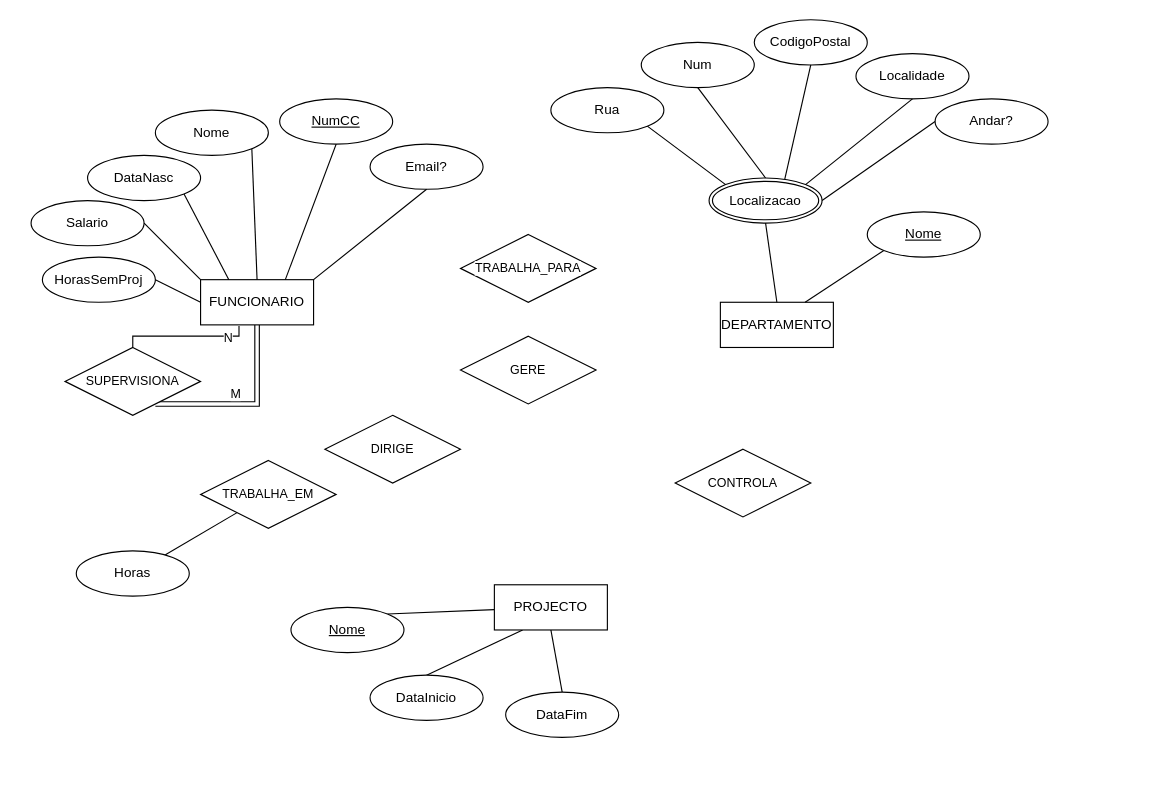
The draw.io diagram BDempresa.drawio in Afas09/Analise-de-Sistemas, before the edit. Source tidied: cells renumbered, new cells numbered last; positions are measured from the earlier drawing's top-left corner, leaving out a move shared by most shapes. Both pictures are drawn from the tidied source at 113%, with x=0, y=0 at pixel (31, 19).
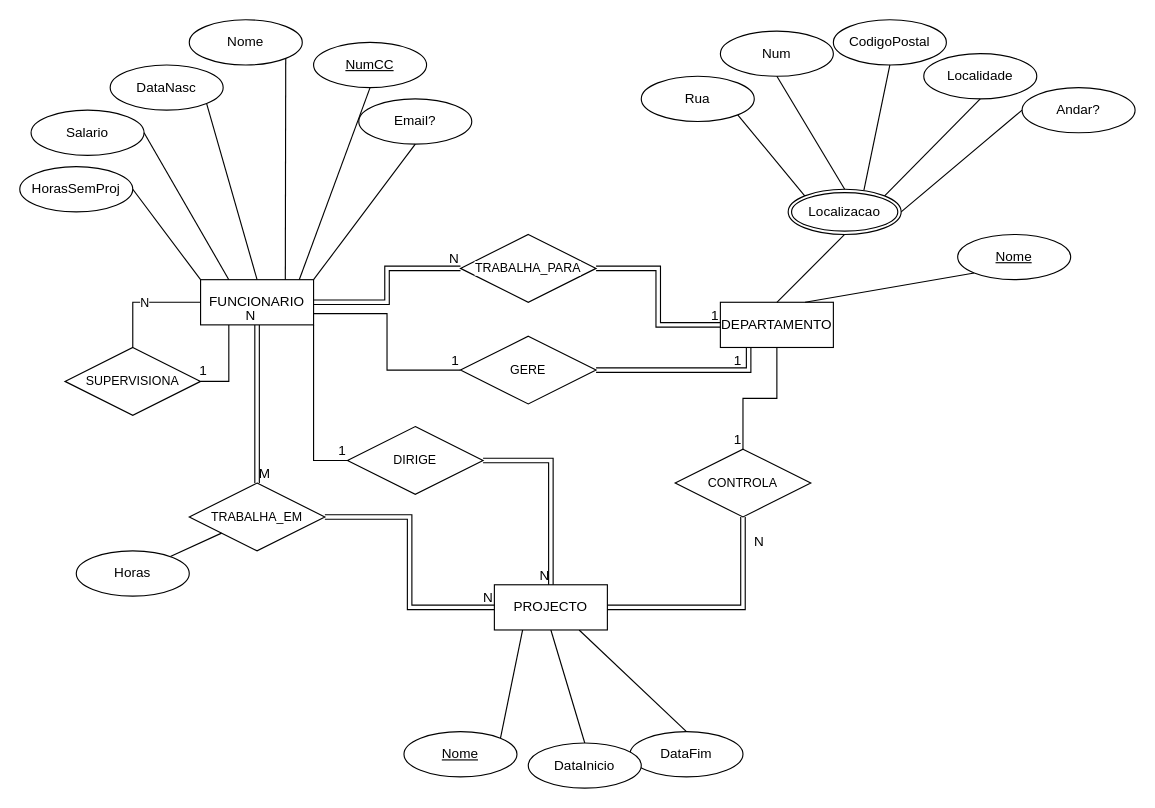
The same diagram, later.

Unchanged cells that the change refers to:
```xml
<mxCell id="5" value="PROJECTO" style="whiteSpace=wrap;html=1;align=center;" parent="1" vertex="1">
  <mxGeometry x="410" y="500" width="100" height="40" as="geometry" />
</mxCell>
<mxCell id="6" value="DEPARTAMENTO" style="whiteSpace=wrap;html=1;align=center;" parent="1" vertex="1">
  <mxGeometry x="610" y="250" width="100" height="40" as="geometry" />
</mxCell>
<mxCell id="7" value="FUNCIONARIO" style="whiteSpace=wrap;html=1;align=center;" parent="1" vertex="1">
  <mxGeometry x="150" y="230" width="100" height="40" as="geometry" />
</mxCell>
<mxCell id="39" value="SUPERVISIONA" style="shape=rhombus;perimeter=rhombusPerimeter;whiteSpace=wrap;html=1;align=center;fontFamily=Helvetica;fontSize=11;fontColor=default;labelBackgroundColor=default;" parent="1" vertex="1">
  <mxGeometry x="30" y="290" width="120" height="60" as="geometry" />
</mxCell>
<mxCell id="40" value="TRABALHA_PARA" style="shape=rhombus;perimeter=rhombusPerimeter;whiteSpace=wrap;html=1;align=center;fontFamily=Helvetica;fontSize=11;fontColor=default;labelBackgroundColor=default;" parent="1" vertex="1">
  <mxGeometry x="380" y="190" width="120" height="60" as="geometry" />
</mxCell>
<mxCell id="41" value="GERE" style="shape=rhombus;perimeter=rhombusPerimeter;whiteSpace=wrap;html=1;align=center;fontFamily=Helvetica;fontSize=11;fontColor=default;labelBackgroundColor=default;" parent="1" vertex="1">
  <mxGeometry x="380" y="280" width="120" height="60" as="geometry" />
</mxCell>
<mxCell id="42" value="CONTROLA" style="shape=rhombus;perimeter=rhombusPerimeter;whiteSpace=wrap;html=1;align=center;fontFamily=Helvetica;fontSize=11;fontColor=default;labelBackgroundColor=default;" parent="1" vertex="1">
  <mxGeometry x="570" y="380" width="120" height="60" as="geometry" />
</mxCell>
```

The edit, as a diff of the source:
```diff
@@
-    <mxCell id="2" style="rounded=0;jettySize=auto;html=1;exitX=0.25;exitY=1;exitDx=0;exitDy=0;entryX=0.5;entryY=0;entryDx=0;entryDy=0;endArrow=none;endFill=0;" parent="1" edge="1" source="5" target="34">
+    <mxCell id="2" style="rounded=0;jettySize=auto;html=1;exitX=0.5;exitY=1;exitDx=0;exitDy=0;entryX=0.5;entryY=0;entryDx=0;entryDy=0;endArrow=none;endFill=0;" parent="1" edge="1" source="5" target="34">
       <mxGeometry relative="1" as="geometry" />
     </mxCell>
-    <mxCell id="3" style="edgeStyle=none;shape=connector;rounded=0;jettySize=auto;html=1;entryX=0.5;entryY=0;entryDx=0;entryDy=0;strokeColor=default;align=center;verticalAlign=middle;fontFamily=Helvetica;fontSize=11;fontColor=default;labelBackgroundColor=default;endArrow=none;endFill=0;exitX=0.5;exitY=1;exitDx=0;exitDy=0;" parent="1" edge="1" source="5" target="33">
+    <mxCell id="3" style="edgeStyle=none;shape=connector;rounded=0;jettySize=auto;html=1;entryX=0.5;entryY=0;entryDx=0;entryDy=0;strokeColor=default;align=center;verticalAlign=middle;fontFamily=Helvetica;fontSize=11;fontColor=default;labelBackgroundColor=default;endArrow=none;endFill=0;exitX=0.75;exitY=1;exitDx=0;exitDy=0;" parent="1" edge="1" source="5" target="33">
       <mxGeometry relative="1" as="geometry" />
     </mxCell>
-    <mxCell id="4" style="edgeStyle=none;shape=connector;rounded=0;jettySize=auto;html=1;entryX=1;entryY=0;entryDx=0;entryDy=0;strokeColor=default;align=center;verticalAlign=middle;fontFamily=Helvetica;fontSize=11;fontColor=default;labelBackgroundColor=default;endArrow=none;endFill=0;" parent="1" edge="1" source="5" target="36">
+    <mxCell id="4" style="edgeStyle=none;shape=connector;rounded=0;jettySize=auto;html=1;entryX=1;entryY=0;entryDx=0;entryDy=0;strokeColor=default;align=center;verticalAlign=middle;fontFamily=Helvetica;fontSize=11;fontColor=default;labelBackgroundColor=default;endArrow=none;endFill=0;exitX=0.25;exitY=1;exitDx=0;exitDy=0;" parent="1" edge="1" source="5" target="36">
       <mxGeometry relative="1" as="geometry" />
     </mxCell>
@@
+    <mxCell id="49" style="rounded=0;jettySize=auto;html=1;entryX=0.5;entryY=1;entryDx=0;entryDy=0;endArrow=none;endFill=0;exitX=0.87;exitY=0.025;exitDx=0;exitDy=0;exitPerimeter=0;" parent="1" edge="1" source="7" target="13">
+      <mxGeometry relative="1" as="geometry" />
+    </mxCell>
@@
     <mxCell id="8" value="Email?" style="ellipse;whiteSpace=wrap;html=1;align=center;" parent="1" vertex="1">
-      <mxGeometry x="300" y="110" width="100" height="40" as="geometry" />
+      <mxGeometry x="290" y="70" width="100" height="40" as="geometry" />
     </mxCell>
     <mxCell id="9" value="DataNasc" style="ellipse;whiteSpace=wrap;html=1;align=center;" parent="1" vertex="1">
-      <mxGeometry x="50" y="120" width="100" height="40" as="geometry" />
+      <mxGeometry x="70" y="40" width="100" height="40" as="geometry" />
     </mxCell>
     <mxCell id="10" value="Salario" style="ellipse;whiteSpace=wrap;html=1;align=center;" parent="1" vertex="1">
-      <mxGeometry y="160" width="100" height="40" as="geometry" />
+      <mxGeometry y="80" width="100" height="40" as="geometry" />
     </mxCell>
     <mxCell id="11" value="HorasSemProj" style="ellipse;whiteSpace=wrap;html=1;align=center;" parent="1" vertex="1">
-      <mxGeometry x="10" y="210" width="100" height="40" as="geometry" />
+      <mxGeometry x="-10" y="130" width="100" height="40" as="geometry" />
     </mxCell>
     <mxCell id="12" value="Localizacao" style="ellipse;shape=doubleEllipse;margin=3;whiteSpace=wrap;html=1;align=center;" parent="1" vertex="1">
-      <mxGeometry x="600" y="140" width="100" height="40" as="geometry" />
+      <mxGeometry x="670" y="150" width="100" height="40" as="geometry" />
     </mxCell>
     <mxCell id="13" value="NumCC" style="ellipse;whiteSpace=wrap;html=1;align=center;fontStyle=4;" parent="1" vertex="1">
-      <mxGeometry x="220" y="70" width="100" height="40" as="geometry" />
+      <mxGeometry x="250" y="20" width="100" height="40" as="geometry" />
     </mxCell>
     <mxCell id="14" value="Rua" style="ellipse;whiteSpace=wrap;html=1;align=center;" parent="1" vertex="1">
-      <mxGeometry x="460" y="60" width="100" height="40" as="geometry" />
+      <mxGeometry x="540" y="50" width="100" height="40" as="geometry" />
     </mxCell>
     <mxCell id="15" value="Num" style="ellipse;whiteSpace=wrap;html=1;align=center;" parent="1" vertex="1">
-      <mxGeometry x="540" y="20" width="100" height="40" as="geometry" />
+      <mxGeometry x="610" y="10" width="100" height="40" as="geometry" />
     </mxCell>
     <mxCell id="16" value="CodigoPostal" style="ellipse;whiteSpace=wrap;html=1;align=center;" parent="1" vertex="1">
-      <mxGeometry x="640" width="100" height="40" as="geometry" />
+      <mxGeometry x="710" width="100" height="40" as="geometry" />
     </mxCell>
     <mxCell id="17" value="Localidade" style="ellipse;whiteSpace=wrap;html=1;align=center;" parent="1" vertex="1">
-      <mxGeometry x="730" y="30" width="100" height="40" as="geometry" />
+      <mxGeometry x="790" y="30" width="100" height="40" as="geometry" />
     </mxCell>
     <mxCell id="18" value="Andar?" style="ellipse;whiteSpace=wrap;html=1;align=center;" parent="1" vertex="1">
-      <mxGeometry x="800" y="70" width="100" height="40" as="geometry" />
+      <mxGeometry x="877" y="60" width="100" height="40" as="geometry" />
     </mxCell>
@@
-    <mxCell id="20" style="endArrow=none;html=1;rounded=0;exitX=0.5;exitY=1;exitDx=0;exitDy=0;entryX=0.75;entryY=0;entryDx=0;entryDy=0;" parent="1" edge="1" source="13" target="7">
-      <mxGeometry relative="1" as="geometry" />
-    </mxCell>
-    <mxCell id="21" style="endArrow=none;html=1;rounded=0;exitX=1;exitY=1;exitDx=0;exitDy=0;entryX=0.25;entryY=0;entryDx=0;entryDy=0;" parent="1" edge="1" source="9" target="7">
+    <mxCell id="21" style="endArrow=none;html=1;rounded=0;exitX=1;exitY=1;exitDx=0;exitDy=0;entryX=0.5;entryY=0;entryDx=0;entryDy=0;" parent="1" edge="1" source="9" target="7">
       <mxGeometry relative="1" as="geometry" />
     </mxCell>
-    <mxCell id="22" style="endArrow=none;html=1;rounded=0;exitX=1;exitY=0.5;exitDx=0;exitDy=0;entryX=0;entryY=0;entryDx=0;entryDy=0;" parent="1" edge="1" source="10" target="7">
+    <mxCell id="22" style="endArrow=none;html=1;rounded=0;exitX=1;exitY=0.5;exitDx=0;exitDy=0;entryX=0.25;entryY=0;entryDx=0;entryDy=0;" parent="1" edge="1" source="10" target="7">
       <mxGeometry relative="1" as="geometry" />
     </mxCell>
     <mxCell id="23" value="Nome" style="ellipse;whiteSpace=wrap;html=1;align=center;" parent="1" vertex="1">
-      <mxGeometry x="110" y="80" width="100" height="40" as="geometry" />
+      <mxGeometry x="140" width="100" height="40" as="geometry" />
     </mxCell>
-    <mxCell id="24" style="endArrow=none;html=1;rounded=0;exitX=1;exitY=1;exitDx=0;exitDy=0;entryX=0.5;entryY=0;entryDx=0;entryDy=0;" parent="1" edge="1" source="23" target="7">
+    <mxCell id="24" style="endArrow=none;html=1;rounded=0;exitX=1;exitY=1;exitDx=0;exitDy=0;entryX=0.75;entryY=0;entryDx=0;entryDy=0;" parent="1" edge="1" source="23" target="7">
       <mxGeometry relative="1" as="geometry" />
     </mxCell>
-    <mxCell id="25" style="endArrow=none;html=1;rounded=0;exitX=1;exitY=0.5;exitDx=0;exitDy=0;entryX=0;entryY=0.5;entryDx=0;entryDy=0;" parent="1" edge="1" source="11" target="7">
+    <mxCell id="25" style="endArrow=none;html=1;rounded=0;exitX=1;exitY=0.5;exitDx=0;exitDy=0;entryX=0;entryY=0;entryDx=0;entryDy=0;" parent="1" edge="1" source="11" target="7">
       <mxGeometry relative="1" as="geometry" />
     </mxCell>
@@
     <mxCell id="33" value="DataFim" style="ellipse;whiteSpace=wrap;html=1;align=center;" parent="1" vertex="1">
-      <mxGeometry x="420" y="595" width="100" height="40" as="geometry" />
+      <mxGeometry x="530" y="630" width="100" height="40" as="geometry" />
     </mxCell>
     <mxCell id="34" value="DataInicio" style="ellipse;whiteSpace=wrap;html=1;align=center;" parent="1" vertex="1">
-      <mxGeometry x="300" y="580" width="100" height="40" as="geometry" />
+      <mxGeometry x="440" y="640" width="100" height="40" as="geometry" />
     </mxCell>
     <mxCell id="35" value="Nome" style="ellipse;whiteSpace=wrap;html=1;align=center;fontStyle=4;" parent="1" vertex="1">
-      <mxGeometry x="740" y="170" width="100" height="40" as="geometry" />
+      <mxGeometry x="820" y="190" width="100" height="40" as="geometry" />
     </mxCell>
     <mxCell id="36" value="Nome" style="ellipse;whiteSpace=wrap;html=1;align=center;fontStyle=4;" parent="1" vertex="1">
-      <mxGeometry x="230" y="520" width="100" height="40" as="geometry" />
+      <mxGeometry x="330" y="630" width="100" height="40" as="geometry" />
     </mxCell>
-    <mxCell id="37" style="edgeStyle=orthogonalEdgeStyle;shape=link;rounded=0;jettySize=auto;html=1;entryX=0.5;entryY=1;entryDx=0;entryDy=0;strokeColor=default;align=center;verticalAlign=middle;fontFamily=Helvetica;fontSize=11;fontColor=default;labelBackgroundColor=default;endArrow=none;endFill=0;" parent="1" edge="1" source="39" target="7">
-      <mxGeometry relative="1" as="geometry">
-        <Array as="points">
-          <mxPoint x="200" y="340" />
-        </Array>
-      </mxGeometry>
-    </mxCell>
-    <mxCell id="38" value="M" style="edgeLabel;html=1;align=center;verticalAlign=middle;fontFamily=Helvetica;fontSize=11;fontColor=default;labelBackgroundColor=default;" parent="37" vertex="1">
-      <mxGeometry x="0.31" y="6" relative="1" as="geometry">
-        <mxPoint x="-14" y="5" as="offset" />
-      </mxGeometry>
-    </mxCell>
@@
     <mxCell id="43" value="DIRIGE" style="shape=rhombus;perimeter=rhombusPerimeter;whiteSpace=wrap;html=1;align=center;fontFamily=Helvetica;fontSize=11;fontColor=default;labelBackgroundColor=default;" parent="1" vertex="1">
-      <mxGeometry x="260" y="350" width="120" height="60" as="geometry" />
+      <mxGeometry x="280" y="360" width="120" height="60" as="geometry" />
     </mxCell>
     <mxCell id="44" value="TRABALHA_EM" style="shape=rhombus;perimeter=rhombusPerimeter;whiteSpace=wrap;html=1;align=center;fontFamily=Helvetica;fontSize=11;fontColor=default;labelBackgroundColor=default;" parent="1" vertex="1">
-      <mxGeometry x="150" y="390" width="120" height="60" as="geometry" />
+      <mxGeometry x="140" y="410" width="120" height="60" as="geometry" />
     </mxCell>
@@
-    <mxCell id="47" style="endArrow=none;html=1;rounded=0;strokeColor=default;align=center;verticalAlign=middle;fontFamily=Helvetica;fontSize=11;fontColor=default;labelBackgroundColor=default;exitX=0.5;exitY=0;exitDx=0;exitDy=0;entryX=0.34;entryY=1.025;entryDx=0;entryDy=0;entryPerimeter=0;edgeStyle=orthogonalEdgeStyle;" parent="1" edge="1" source="39" target="7">
+    <mxCell id="47" style="endArrow=none;html=1;rounded=0;strokeColor=default;align=center;verticalAlign=middle;fontFamily=Helvetica;fontSize=11;fontColor=default;labelBackgroundColor=default;exitX=0.5;exitY=0;exitDx=0;exitDy=0;entryX=0;entryY=0.5;entryDx=0;entryDy=0;edgeStyle=orthogonalEdgeStyle;" parent="1" edge="1" source="39" target="7">
       <mxGeometry relative="1" as="geometry" />
     </mxCell>
     <mxCell id="48" value="N" style="html=1;whiteSpace=wrap;align=right;verticalAlign=bottom;fontFamily=Helvetica;fontSize=11;fontColor=default;labelBackgroundColor=default;" parent="47" vertex="1">
       <mxGeometry x="1" relative="1" as="geometry">
-        <mxPoint x="-4" y="19" as="offset" />
+        <mxPoint x="-44" y="9" as="offset" />
       </mxGeometry>
     </mxCell>
+    <mxCell id="37" style="endArrow=none;html=1;rounded=0;exitX=1;exitY=0.5;exitDx=0;exitDy=0;entryX=0.25;entryY=1;entryDx=0;entryDy=0;edgeStyle=orthogonalEdgeStyle;" parent="1" edge="1" source="39" target="7">
+      <mxGeometry relative="1" as="geometry" />
+    </mxCell>
+    <mxCell id="50" value="1" style="html=1;whiteSpace=wrap;align=right;verticalAlign=bottom;" parent="37" vertex="1">
+      <mxGeometry x="1" relative="1" as="geometry">
+        <mxPoint x="-18" y="49" as="offset" />
+      </mxGeometry>
+    </mxCell>
+    <mxCell id="51" style="shape=link;html=1;rounded=0;exitX=1;exitY=0.5;exitDx=0;exitDy=0;entryX=0;entryY=0.5;entryDx=0;entryDy=0;edgeStyle=orthogonalEdgeStyle;" parent="1" edge="1" source="7" target="40">
+      <mxGeometry relative="1" as="geometry" />
+    </mxCell>
+    <mxCell id="52" value="N" style="html=1;whiteSpace=wrap;align=right;verticalAlign=bottom;" parent="51" vertex="1">
+      <mxGeometry x="1" relative="1" as="geometry" />
+    </mxCell>
+    <mxCell id="53" style="shape=link;html=1;rounded=0;exitX=1;exitY=0.5;exitDx=0;exitDy=0;entryX=0;entryY=0.5;entryDx=0;entryDy=0;edgeStyle=orthogonalEdgeStyle;" parent="1" edge="1" source="40" target="6">
+      <mxGeometry relative="1" as="geometry" />
+    </mxCell>
+    <mxCell id="54" value="1" style="html=1;whiteSpace=wrap;align=right;verticalAlign=bottom;" parent="53" vertex="1">
+      <mxGeometry x="1" relative="1" as="geometry" />
+    </mxCell>
+    <mxCell id="55" style="endArrow=none;html=1;rounded=0;exitX=1;exitY=0.75;exitDx=0;exitDy=0;entryX=0;entryY=0.5;entryDx=0;entryDy=0;edgeStyle=orthogonalEdgeStyle;" parent="1" edge="1" source="7" target="41">
+      <mxGeometry relative="1" as="geometry" />
+    </mxCell>
+    <mxCell id="56" value="1" style="html=1;whiteSpace=wrap;align=right;verticalAlign=bottom;" parent="55" vertex="1">
+      <mxGeometry x="1" relative="1" as="geometry" />
+    </mxCell>
+    <mxCell id="57" style="shape=link;html=1;rounded=0;exitX=1;exitY=0.5;exitDx=0;exitDy=0;entryX=0.25;entryY=1;entryDx=0;entryDy=0;edgeStyle=orthogonalEdgeStyle;" parent="1" edge="1" source="41" target="6">
+      <mxGeometry relative="1" as="geometry" />
+    </mxCell>
+    <mxCell id="58" value="1" style="html=1;whiteSpace=wrap;align=right;verticalAlign=bottom;" parent="57" vertex="1">
+      <mxGeometry x="1" relative="1" as="geometry">
+        <mxPoint x="-5" y="20" as="offset" />
+      </mxGeometry>
+    </mxCell>
+    <mxCell id="59" style="endArrow=none;html=1;rounded=0;exitX=0.5;exitY=1;exitDx=0;exitDy=0;entryX=0.5;entryY=0;entryDx=0;entryDy=0;edgeStyle=orthogonalEdgeStyle;" parent="1" edge="1" source="6" target="42">
+      <mxGeometry relative="1" as="geometry" />
+    </mxCell>
+    <mxCell id="60" value="1" style="html=1;whiteSpace=wrap;align=right;verticalAlign=bottom;" parent="59" vertex="1">
+      <mxGeometry x="1" relative="1" as="geometry" />
+    </mxCell>
+    <mxCell id="61" style="shape=link;html=1;rounded=0;exitX=1;exitY=0.5;exitDx=0;exitDy=0;entryX=0.5;entryY=1;entryDx=0;entryDy=0;edgeStyle=orthogonalEdgeStyle;" parent="1" edge="1" source="5" target="42">
+      <mxGeometry relative="1" as="geometry" />
+    </mxCell>
+    <mxCell id="62" value="N" style="html=1;whiteSpace=wrap;align=right;verticalAlign=bottom;" parent="61" vertex="1">
+      <mxGeometry x="1" relative="1" as="geometry">
+        <mxPoint x="20" y="30" as="offset" />
+      </mxGeometry>
+    </mxCell>
+    <mxCell id="63" style="endArrow=none;html=1;rounded=0;exitX=1;exitY=1;exitDx=0;exitDy=0;entryX=0;entryY=0.5;entryDx=0;entryDy=0;edgeStyle=orthogonalEdgeStyle;" parent="1" edge="1" source="7" target="43">
+      <mxGeometry relative="1" as="geometry" />
+    </mxCell>
+    <mxCell id="64" value="1" style="html=1;whiteSpace=wrap;align=right;verticalAlign=bottom;" parent="63" vertex="1">
+      <mxGeometry x="1" relative="1" as="geometry" />
+    </mxCell>
+    <mxCell id="65" style="shape=link;html=1;rounded=0;entryX=0.5;entryY=0;entryDx=0;entryDy=0;exitX=1;exitY=0.5;exitDx=0;exitDy=0;edgeStyle=orthogonalEdgeStyle;" parent="1" edge="1" source="43" target="5">
+      <mxGeometry relative="1" as="geometry" />
+    </mxCell>
+    <mxCell id="66" value="N" style="html=1;whiteSpace=wrap;align=right;verticalAlign=bottom;" parent="65" vertex="1">
+      <mxGeometry x="1" relative="1" as="geometry" />
+    </mxCell>
+    <mxCell id="67" style="shape=link;html=1;rounded=0;exitX=0.5;exitY=0;exitDx=0;exitDy=0;entryX=0.5;entryY=1;entryDx=0;entryDy=0;" parent="1" edge="1" source="44" target="7">
+      <mxGeometry relative="1" as="geometry" />
+    </mxCell>
+    <mxCell id="38" value="M" style="html=1;whiteSpace=wrap;align=left;verticalAlign=bottom;" parent="67" vertex="1">
+      <mxGeometry x="-1" relative="1" as="geometry" />
+    </mxCell>
+    <mxCell id="68" value="N" style="html=1;whiteSpace=wrap;align=right;verticalAlign=bottom;" parent="67" vertex="1">
+      <mxGeometry x="1" relative="1" as="geometry" />
+    </mxCell>
+    <mxCell id="69" style="shape=link;html=1;rounded=0;exitX=1;exitY=0.5;exitDx=0;exitDy=0;entryX=0;entryY=0.5;entryDx=0;entryDy=0;edgeStyle=orthogonalEdgeStyle;" parent="1" edge="1" source="44" target="5">
+      <mxGeometry relative="1" as="geometry" />
+    </mxCell>
+    <mxCell id="70" value="N" style="html=1;whiteSpace=wrap;align=right;verticalAlign=bottom;" parent="69" vertex="1">
+      <mxGeometry x="1" relative="1" as="geometry" />
+    </mxCell>
```
